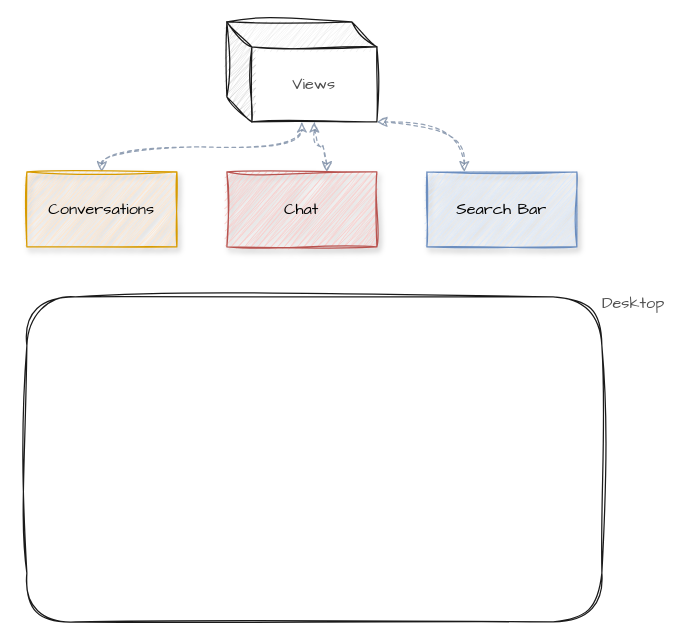
Above: Diagram bez tytułu.drawio in MichalWalczuk/graphs-dev (draw.io), before the change. Source tidied: cells renumbered, new cells numbered last; positions are measured from the earlier drawing's top-left corner, leaving out a move shared by most shapes. Both pictures are drawn from the tidied source at 125%, with x=0, y=0 at pixel (26, 21).
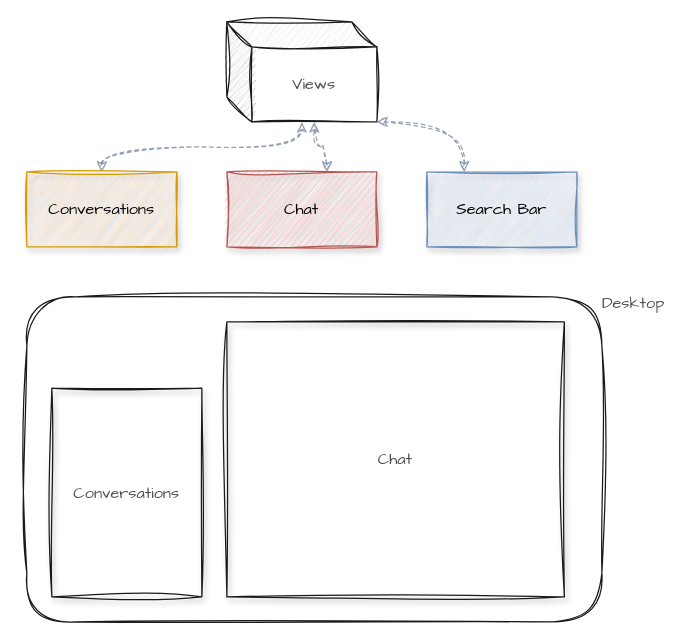
Above is the later version.

Change to the diagram source:
```diff
@@
 <mxGraphModel>
   <root>
     <mxCell id="0" />
     <mxCell id="1" parent="0" />
     <mxCell id="2" value="Views" style="shape=cube;whiteSpace=wrap;html=1;boundedLbl=1;backgroundOutline=1;darkOpacity=0.05;darkOpacity2=0.1;rounded=1;shadow=0;glass=1;sketch=1;hachureGap=4;jiggle=2;fillStyle=zigzag;strokeColor=#1A1A1A;fontFamily=Architects Daughter;fontSize=13;fontColor=#4D4D4D;fillColor=none;" parent="1" vertex="1">
       <mxGeometry x="160" width="120" height="80" as="geometry" />
     </mxCell>
     <mxCell id="3" style="edgeStyle=orthogonalEdgeStyle;curved=1;sketch=1;hachureGap=4;jiggle=2;jettySize=auto;html=1;exitX=0.5;exitY=0;exitDx=0;exitDy=0;dashed=1;strokeColor=#788AA3;fontFamily=Architects Daughter;fontSize=13;fontColor=#4D4D4D;startArrow=classic;startFill=1;endArrow=classic;endFill=1;fillColor=#B2C9AB;opacity=80;" parent="1" edge="1" source="4" target="2">
       <mxGeometry relative="1" as="geometry" />
     </mxCell>
     <mxCell id="4" value="Conversations" style="whiteSpace=wrap;html=1;fontSize=13;fontFamily=Architects Daughter;fillColor=#ffe6cc;strokeColor=#d79b00;rounded=0;shadow=1;glass=0;sketch=1;hachureGap=4;jiggle=2;fillStyle=zigzag;" parent="1" vertex="1">
       <mxGeometry y="120" width="120" height="60" as="geometry" />
     </mxCell>
     <mxCell id="5" style="edgeStyle=orthogonalEdgeStyle;curved=1;sketch=1;hachureGap=4;jiggle=2;jettySize=auto;html=1;entryX=0;entryY=0;entryDx=70;entryDy=80;entryPerimeter=0;dashed=1;strokeColor=#788AA3;fontFamily=Architects Daughter;fontSize=13;fontColor=#4D4D4D;startArrow=classic;startFill=1;endArrow=classic;endFill=1;fillColor=#B2C9AB;opacity=80;" parent="1" edge="1" source="6" target="2">
       <mxGeometry relative="1" as="geometry">
         <Array as="points">
           <mxPoint x="240" y="100" />
           <mxPoint x="230" y="100" />
         </Array>
       </mxGeometry>
     </mxCell>
     <mxCell id="6" value="Chat" style="whiteSpace=wrap;html=1;fontSize=13;fontFamily=Architects Daughter;fillColor=#f8cecc;strokeColor=#b85450;rounded=0;shadow=1;glass=0;sketch=1;hachureGap=4;jiggle=2;fillStyle=zigzag;" parent="1" vertex="1">
       <mxGeometry x="160" y="120" width="120" height="60" as="geometry" />
     </mxCell>
     <mxCell id="7" style="edgeStyle=orthogonalEdgeStyle;curved=1;sketch=1;hachureGap=4;jiggle=2;jettySize=auto;html=1;entryX=1;entryY=1;entryDx=0;entryDy=0;entryPerimeter=0;dashed=1;strokeColor=#788AA3;fontFamily=Architects Daughter;fontSize=13;fontColor=#4D4D4D;startArrow=classic;startFill=1;endArrow=classic;endFill=1;fillColor=#B2C9AB;opacity=80;" parent="1" edge="1" source="8" target="2">
       <mxGeometry relative="1" as="geometry">
         <Array as="points">
           <mxPoint x="350" y="80" />
         </Array>
       </mxGeometry>
     </mxCell>
     <mxCell id="8" value="Search Bar" style="whiteSpace=wrap;html=1;fontSize=13;fontFamily=Architects Daughter;fillColor=#dae8fc;strokeColor=#6c8ebf;rounded=0;shadow=1;glass=0;sketch=1;hachureGap=4;jiggle=2;fillStyle=zigzag;" parent="1" vertex="1">
       <mxGeometry x="320" y="120" width="120" height="60" as="geometry" />
     </mxCell>
     <mxCell id="9" style="whiteSpace=wrap;html=1;rounded=1;shadow=0;glass=1;sketch=1;hachureGap=4;jiggle=2;fillStyle=zigzag;strokeColor=#1A1A1A;fontFamily=Architects Daughter;fontSize=13;fontColor=#4D4D4D;fillColor=none;" parent="1" vertex="1">
       <mxGeometry y="220" width="460" height="260" as="geometry" />
     </mxCell>
     <mxCell id="10" value="Desktop" style="text;html=1;align=center;verticalAlign=middle;strokeColor=none;fillColor=none;fontSize=13;fontFamily=Architects Daughter;fontColor=#4D4D4D;sketch=1;hachureGap=4;jiggle=2;" parent="1" vertex="1">
       <mxGeometry x="450" y="210" width="70" height="30" as="geometry" />
     </mxCell>
+    <mxCell id="11" value="Chat" style="rounded=0;whiteSpace=wrap;html=1;shadow=1;glass=0;sketch=1;hachureGap=4;jiggle=2;fillStyle=zigzag;strokeColor=#1A1A1A;fontFamily=Architects Daughter;fontSize=13;fontColor=#4D4D4D;fillColor=none;" parent="1" vertex="1">
+      <mxGeometry x="160" y="240" width="270" height="220" as="geometry" />
+    </mxCell>
+    <mxCell id="12" value="Conversations" style="rounded=0;whiteSpace=wrap;html=1;shadow=1;glass=0;sketch=1;hachureGap=4;jiggle=2;fillStyle=zigzag;strokeColor=#1A1A1A;fontFamily=Architects Daughter;fontSize=13;fontColor=#4D4D4D;fillColor=none;" parent="1" vertex="1">
+      <mxGeometry x="20" y="293" width="120" height="167" as="geometry" />
+    </mxCell>
   </root>
 </mxGraphModel>
```
